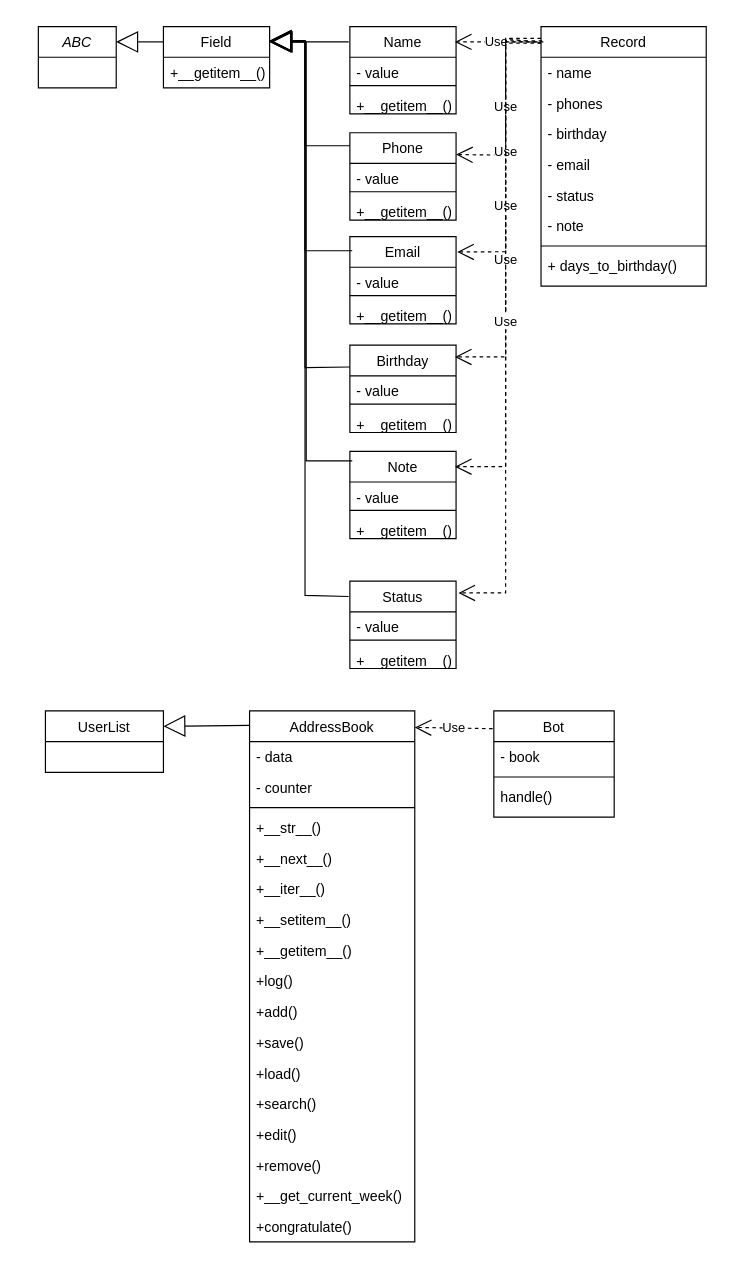
Earlier version of the draw.io diagram classes.drawio (YarValeriy/FinalProject). Source tidied: cells renumbered, new cells numbered last; positions are measured from the earlier drawing's top-left corner, leaving out a move shared by most shapes. Both pictures are drawn from the tidied source at 118%, with x=0, y=0 at pixel (38, 26).
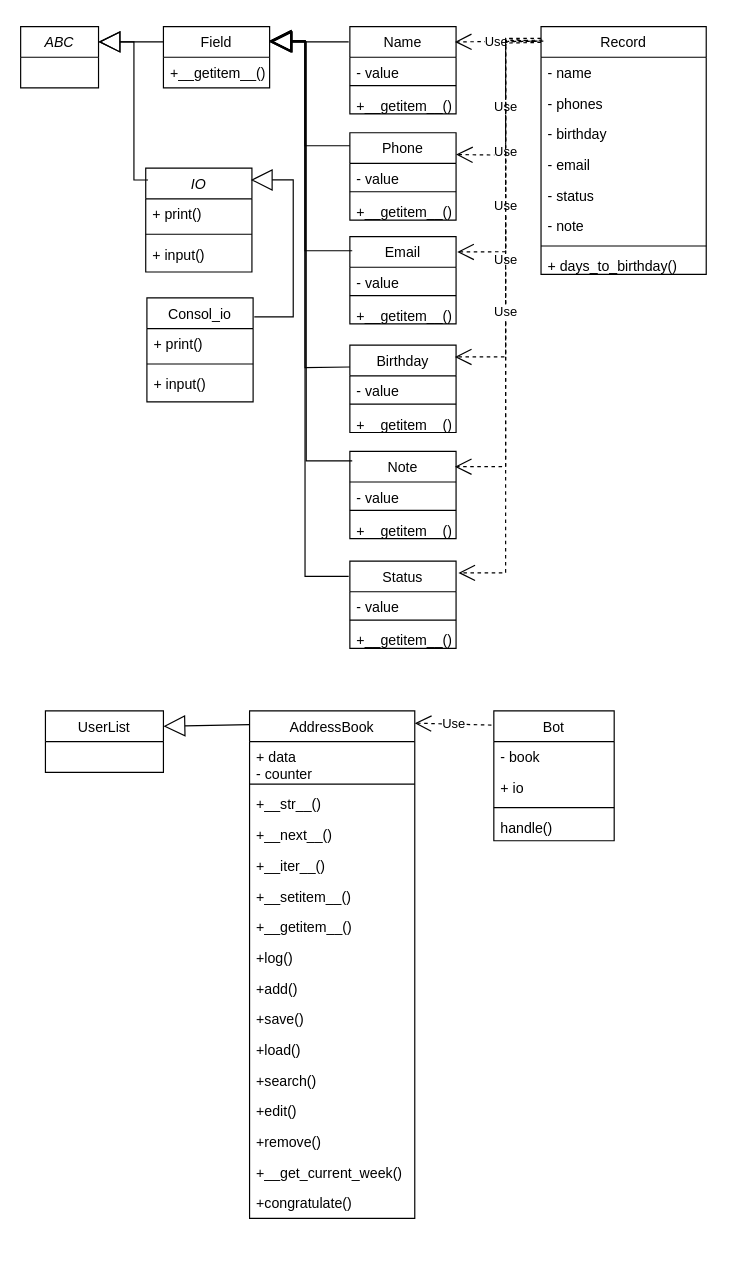
The same page after the edit.

Diff of the diagram source:
```diff
@@
     <mxCell id="2" value="AddressBook" style="swimlane;fontStyle=0;align=center;verticalAlign=top;horizontal=1;startSize=26;rounded=0;shadow=0;strokeWidth=1;" parent="1" vertex="1">
-      <mxGeometry x="179" y="580" width="140" height="450" as="geometry" />
+      <mxGeometry x="179" y="580" width="140" height="430" as="geometry" />
     </mxCell>
-    <mxCell id="3" value="- data" style="text;align=left;verticalAlign=top;spacingLeft=4;spacingRight=4;overflow=hidden;rounded=0;shadow=0;html=0;" parent="2" vertex="1">
-      <mxGeometry y="26" width="140" height="26" as="geometry" />
+    <mxCell id="3" value="+ data" style="text;align=left;verticalAlign=top;spacingLeft=4;spacingRight=4;overflow=hidden;rounded=0;shadow=0;html=0;" parent="2" vertex="1">
+      <mxGeometry y="26" width="140" height="14" as="geometry" />
     </mxCell>
     <mxCell id="4" value="- counter" style="text;align=left;verticalAlign=top;spacingLeft=4;spacingRight=4;overflow=hidden;rounded=0;shadow=0;html=0;" parent="2" vertex="1">
-      <mxGeometry y="52" width="140" height="26" as="geometry" />
+      <mxGeometry y="40" width="140" height="18" as="geometry" />
     </mxCell>
     <mxCell id="5" style="line;html=1;strokeWidth=1;align=left;verticalAlign=middle;spacingTop=-1;spacingLeft=3;spacingRight=3;labelPosition=right;" parent="2" vertex="1">
-      <mxGeometry y="78" width="140" height="8" as="geometry" />
+      <mxGeometry y="58" width="140" height="8" as="geometry" />
     </mxCell>
     <mxCell id="6" value="+__str__()" style="text;align=left;verticalAlign=top;spacingLeft=4;spacingRight=4;overflow=hidden;direction=west;" parent="2" vertex="1">
-      <mxGeometry y="86" width="140" height="26" as="geometry" />
+      <mxGeometry y="66" width="140" height="26" as="geometry" />
     </mxCell>
     <mxCell id="7" value="+__next__()" style="text;align=left;verticalAlign=top;spacingLeft=4;spacingRight=4;overflow=hidden;shadow=1;" parent="2" vertex="1">
-      <mxGeometry y="112" width="140" height="26" as="geometry" />
+      <mxGeometry y="92" width="140" height="26" as="geometry" />
     </mxCell>
     <mxCell id="8" value="+__iter__()" style="text;align=left;verticalAlign=top;spacingLeft=4;spacingRight=4;overflow=hidden;shadow=1;" parent="2" vertex="1">
-      <mxGeometry y="138" width="140" height="26" as="geometry" />
+      <mxGeometry y="118" width="140" height="26" as="geometry" />
     </mxCell>
     <mxCell id="9" value="+__setitem__()" style="text;align=left;verticalAlign=top;spacingLeft=4;spacingRight=4;overflow=hidden;shadow=1;" parent="2" vertex="1">
-      <mxGeometry y="164" width="140" height="26" as="geometry" />
+      <mxGeometry y="144" width="140" height="26" as="geometry" />
     </mxCell>
     <mxCell id="10" value="+__getitem__()" style="text;align=left;verticalAlign=top;spacingLeft=4;spacingRight=4;overflow=hidden;shadow=1;" parent="2" vertex="1">
-      <mxGeometry y="190" width="140" height="26" as="geometry" />
+      <mxGeometry y="170" width="140" height="26" as="geometry" />
     </mxCell>
     <mxCell id="11" value="+log()" style="text;align=left;verticalAlign=top;spacingLeft=4;spacingRight=4;overflow=hidden;shadow=1;" parent="2" vertex="1">
-      <mxGeometry y="216" width="140" height="26" as="geometry" />
+      <mxGeometry y="196" width="140" height="26" as="geometry" />
     </mxCell>
     <mxCell id="12" value="+add()" style="text;align=left;verticalAlign=top;spacingLeft=4;spacingRight=4;overflow=hidden;shadow=1;" parent="2" vertex="1">
-      <mxGeometry y="242" width="140" height="26" as="geometry" />
+      <mxGeometry y="222" width="140" height="26" as="geometry" />
     </mxCell>
     <mxCell id="13" value="+save()" style="text;align=left;verticalAlign=top;spacingLeft=4;spacingRight=4;overflow=hidden;shadow=1;" parent="2" vertex="1">
-      <mxGeometry y="268" width="140" height="26" as="geometry" />
+      <mxGeometry y="248" width="140" height="26" as="geometry" />
     </mxCell>
     <mxCell id="14" value="+load()" style="text;align=left;verticalAlign=top;spacingLeft=4;spacingRight=4;overflow=hidden;shadow=1;" parent="2" vertex="1">
-      <mxGeometry y="294" width="140" height="26" as="geometry" />
+      <mxGeometry y="274" width="140" height="26" as="geometry" />
     </mxCell>
     <mxCell id="15" value="+search()" style="text;align=left;verticalAlign=top;spacingLeft=4;spacingRight=4;overflow=hidden;shadow=1;" parent="2" vertex="1">
-      <mxGeometry y="320" width="140" height="26" as="geometry" />
+      <mxGeometry y="300" width="140" height="26" as="geometry" />
     </mxCell>
     <mxCell id="16" value="+edit()" style="text;align=left;verticalAlign=top;spacingLeft=4;spacingRight=4;overflow=hidden;shadow=1;" parent="2" vertex="1">
-      <mxGeometry y="346" width="140" height="26" as="geometry" />
+      <mxGeometry y="326" width="140" height="26" as="geometry" />
     </mxCell>
     <mxCell id="17" value="+remove()" style="text;align=left;verticalAlign=top;spacingLeft=4;spacingRight=4;overflow=hidden;shadow=1;" parent="2" vertex="1">
-      <mxGeometry y="372" width="140" height="26" as="geometry" />
+      <mxGeometry y="352" width="140" height="26" as="geometry" />
     </mxCell>
     <mxCell id="18" value="+__get_current_week()" style="text;align=left;verticalAlign=top;spacingLeft=4;spacingRight=4;overflow=hidden;shadow=1;" parent="2" vertex="1">
-      <mxGeometry y="398" width="140" height="26" as="geometry" />
+      <mxGeometry y="378" width="140" height="26" as="geometry" />
     </mxCell>
     <mxCell id="19" value="+congratulate()" style="text;align=left;verticalAlign=top;spacingLeft=4;spacingRight=4;overflow=hidden;shadow=1;" parent="2" vertex="1">
-      <mxGeometry y="424" width="140" height="26" as="geometry" />
+      <mxGeometry y="404" width="140" height="26" as="geometry" />
     </mxCell>
     <mxCell id="20" value="Bot" style="swimlane;fontStyle=0;align=center;verticalAlign=top;horizontal=1;startSize=26;rounded=0;shadow=0;strokeWidth=1;" parent="1" vertex="1">
-      <mxGeometry x="386" y="580" width="102" height="90" as="geometry" />
+      <mxGeometry x="386" y="580" width="102" height="110" as="geometry" />
     </mxCell>
@@
+    <mxCell id="76" value="+ io" style="text;align=left;verticalAlign=top;spacingLeft=4;spacingRight=4;overflow=hidden;" parent="20" vertex="1">
+      <mxGeometry y="52" width="102" height="26" as="geometry" />
+    </mxCell>
     <mxCell id="22" style="line;html=1;strokeWidth=1;align=left;verticalAlign=middle;spacingTop=-1;spacingLeft=3;spacingRight=3;labelPosition=right;" parent="20" vertex="1">
-      <mxGeometry y="52" width="102" height="8" as="geometry" />
+      <mxGeometry y="78" width="102" height="8" as="geometry" />
     </mxCell>
     <mxCell id="23" value="handle()" style="text;align=left;verticalAlign=top;spacingLeft=4;spacingRight=4;overflow=hidden;" parent="20" vertex="1">
-      <mxGeometry y="60" width="102" height="20" as="geometry" />
+      <mxGeometry y="86" width="102" height="20" as="geometry" />
     </mxCell>
@@
     <mxCell id="25" value="Record" style="swimlane;fontStyle=0;align=center;verticalAlign=top;horizontal=1;startSize=26;rounded=0;shadow=0;strokeWidth=1;" parent="1" vertex="1">
-      <mxGeometry x="426" width="140" height="220" as="geometry" />
+      <mxGeometry x="426" width="140" height="210" as="geometry" />
     </mxCell>
@@
     <mxCell id="33" value="+ days_to_birthday()" style="text;align=left;verticalAlign=top;spacingLeft=4;spacingRight=4;overflow=hidden;shadow=1;" parent="25" vertex="1">
-      <mxGeometry y="190" width="140" height="26" as="geometry" />
+      <mxGeometry y="190" width="140" height="16" as="geometry" />
     </mxCell>
     <mxCell id="34" value="ABC" style="swimlane;fontStyle=2;align=center;verticalAlign=top;horizontal=1;startSize=26;rounded=0;shadow=0;strokeWidth=1;" parent="1" vertex="1">
-      <mxGeometry width="66" height="52" as="geometry" />
+      <mxGeometry x="-15" width="66" height="52" as="geometry" />
     </mxCell>
@@
     <mxCell id="57" value="Status" style="swimlane;fontStyle=0;align=center;verticalAlign=top;horizontal=1;startSize=26;rounded=0;shadow=0;strokeWidth=1;" parent="1" vertex="1">
-      <mxGeometry x="264" y="470" width="90" height="74" as="geometry" />
+      <mxGeometry x="264" y="453" width="90" height="74" as="geometry" />
     </mxCell>
@@
     <mxCell id="67" value="Use" style="endArrow=open;endSize=12;dashed=1;html=1;rounded=0;entryX=1.022;entryY=0.135;entryDx=0;entryDy=0;entryPerimeter=0;exitX=0;exitY=0.064;exitDx=0;exitDy=0;exitPerimeter=0;" parent="1" edge="1" source="25" target="57">
       <mxGeometry relative="1" as="geometry">
         <Array as="points">
           <mxPoint x="396" y="10" />
-          <mxPoint x="396" y="480" />
+          <mxPoint x="396" y="463" />
         </Array>
       </mxGeometry>
     </mxCell>
-    <mxCell id="68" value="Use" style="endArrow=open;endSize=12;dashed=1;html=1;rounded=0;entryX=1;entryY=0.031;entryDx=0;entryDy=0;entryPerimeter=0;exitX=-0.01;exitY=0.167;exitDx=0;exitDy=0;exitPerimeter=0;" parent="1" edge="1" source="20" target="2">
+    <mxCell id="68" value="Use" style="endArrow=open;endSize=12;dashed=1;html=1;rounded=0;entryX=1;entryY=0.024;entryDx=0;entryDy=0;entryPerimeter=0;exitX=-0.02;exitY=0.109;exitDx=0;exitDy=0;exitPerimeter=0;" parent="1" edge="1" source="20" target="2">
       <mxGeometry relative="1" as="geometry" />
     </mxCell>
@@
     <mxCell id="75" style="endArrow=block;endSize=16;endFill=0;html=1;rounded=0;exitX=-0.011;exitY=0.176;exitDx=0;exitDy=0;exitPerimeter=0;" parent="1" edge="1" source="57">
       <mxGeometry relative="1" as="geometry">
         <mxPoint x="196" y="12" as="targetPoint" />
         <Array as="points">
-          <mxPoint x="226" y="482" />
+          <mxPoint x="226" y="466" />
           <mxPoint x="226" y="12" />
         </Array>
       </mxGeometry>
     </mxCell>
+    <mxCell id="77" value="IO" style="swimlane;fontStyle=2;align=center;verticalAlign=top;horizontal=1;startSize=26;rounded=0;shadow=0;strokeWidth=1;" parent="1" vertex="1">
+      <mxGeometry x="91" y="120" width="90" height="88" as="geometry" />
+    </mxCell>
+    <mxCell id="78" value="+ print()" style="text;align=left;verticalAlign=top;spacingLeft=4;spacingRight=4;overflow=hidden;" parent="77" vertex="1">
+      <mxGeometry y="26" width="90" height="26" as="geometry" />
+    </mxCell>
+    <mxCell id="79" style="line;html=1;strokeWidth=1;align=left;verticalAlign=middle;spacingTop=-1;spacingLeft=3;spacingRight=3;labelPosition=right;" parent="77" vertex="1">
+      <mxGeometry y="52" width="90" height="8" as="geometry" />
+    </mxCell>
+    <mxCell id="80" value="+ input()" style="text;align=left;verticalAlign=top;spacingLeft=4;spacingRight=4;overflow=hidden;" parent="77" vertex="1">
+      <mxGeometry y="60" width="90" height="20" as="geometry" />
+    </mxCell>
+    <mxCell id="81" style="endArrow=block;endSize=16;endFill=0;html=1;rounded=0;exitX=0.022;exitY=0.114;exitDx=0;exitDy=0;exitPerimeter=0;" parent="1" edge="1" source="77">
+      <mxGeometry relative="1" as="geometry">
+        <mxPoint x="51" y="13" as="targetPoint" />
+        <Array as="points">
+          <mxPoint x="81" y="130" />
+          <mxPoint x="81" y="13" />
+        </Array>
+      </mxGeometry>
+    </mxCell>
+    <mxCell id="82" value="Consol_io" style="swimlane;fontStyle=0;align=center;verticalAlign=top;horizontal=1;startSize=26;rounded=0;shadow=0;strokeWidth=1;" parent="1" vertex="1">
+      <mxGeometry x="92" y="230" width="90" height="88" as="geometry" />
+    </mxCell>
+    <mxCell id="83" value="+ print()" style="text;align=left;verticalAlign=top;spacingLeft=4;spacingRight=4;overflow=hidden;" parent="82" vertex="1">
+      <mxGeometry y="26" width="90" height="26" as="geometry" />
+    </mxCell>
+    <mxCell id="84" style="line;html=1;strokeWidth=1;align=left;verticalAlign=middle;spacingTop=-1;spacingLeft=3;spacingRight=3;labelPosition=right;" parent="82" vertex="1">
+      <mxGeometry y="52" width="90" height="8" as="geometry" />
+    </mxCell>
+    <mxCell id="85" value="+ input()" style="text;align=left;verticalAlign=top;spacingLeft=4;spacingRight=4;overflow=hidden;" parent="82" vertex="1">
+      <mxGeometry y="60" width="90" height="20" as="geometry" />
+    </mxCell>
+    <mxCell id="86" style="endArrow=block;endSize=16;endFill=0;html=1;rounded=0;exitX=1.011;exitY=0.182;exitDx=0;exitDy=0;exitPerimeter=0;entryX=0.989;entryY=0.114;entryDx=0;entryDy=0;entryPerimeter=0;" parent="1" edge="1">
+      <mxGeometry relative="1" as="geometry">
+        <mxPoint x="183" y="246" as="sourcePoint" />
+        <mxPoint x="180" y="130" as="targetPoint" />
+        <Array as="points">
+          <mxPoint x="216" y="246" />
+          <mxPoint x="216" y="130" />
+        </Array>
+      </mxGeometry>
+    </mxCell>
```
